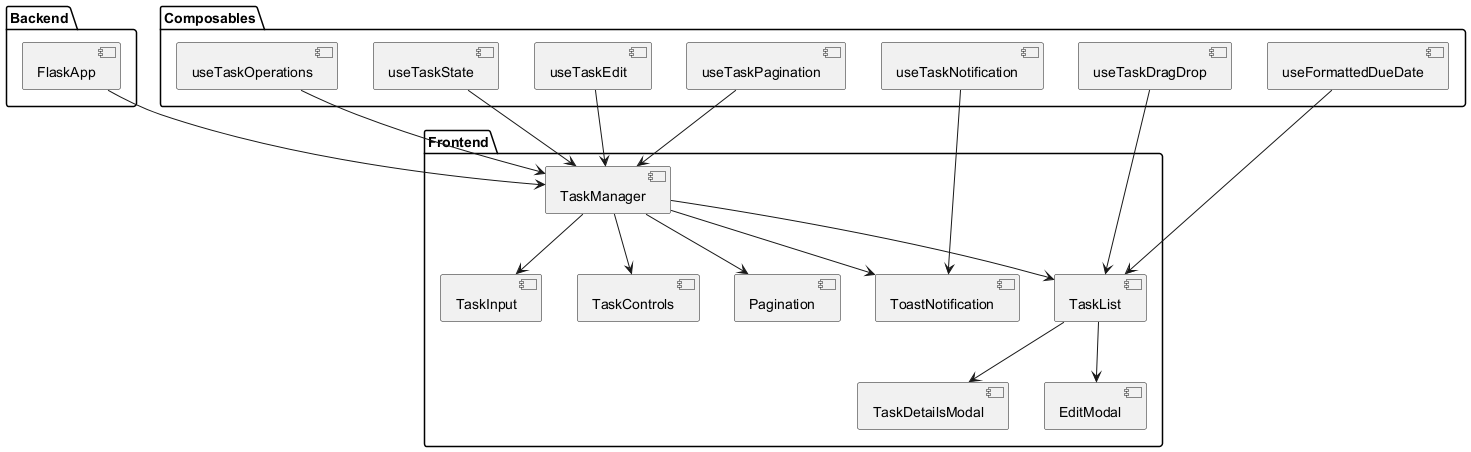
Before: docs/images/TaskComponentDiagram.png, a diagram exported from PlantUML (Takayuki-Suda/nuxt-todo-app-document).
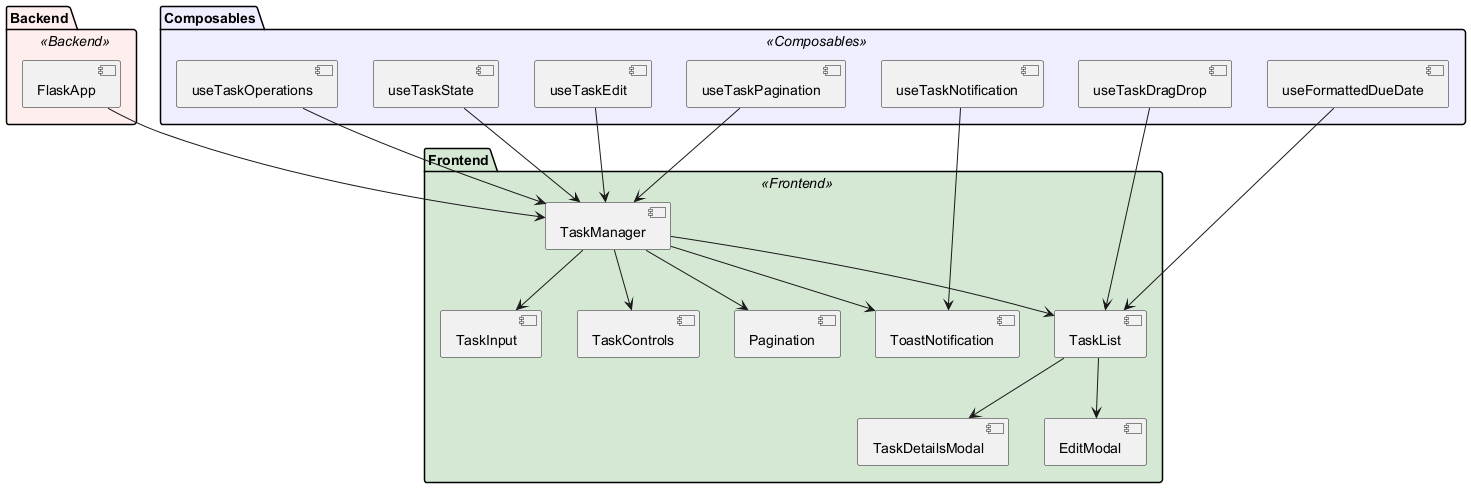
After the change.

Commit message:
feat: システムアーキテクチャ図とタスクコンポーネント図に色を追加して視覚的に見やすくしました

What changed in the source:
```diff
@@ -1,5 +1,11 @@
 @startuml
-package "Frontend" {
+skinparam package {
+  BackgroundColor<<Frontend>> #D5E8D4
+  BackgroundColor<<Composables>> #EEEEFF
+  BackgroundColor<<Backend>> #FFEEEE
+}
+
+package "Frontend" <<Frontend>> {
   [TaskManager] --> [TaskInput]
   [TaskManager] --> [TaskList]
   [TaskManager] --> [TaskControls]
@@ -9,7 +15,7 @@
   [TaskList] --> [EditModal]
 }
 
-package "Composables" {
+package "Composables" <<Composables>> {
   [useTaskState] --> [TaskManager]
   [useTaskOperations] --> [TaskManager]
   [useTaskPagination] --> [TaskManager]
@@ -19,7 +25,7 @@
   [useFormattedDueDate] --> [TaskList]
 }
 
-package "Backend" {
+package "Backend" <<Backend>> {
   [FlaskApp] --> [TaskManager]
 }
 @enduml
```
